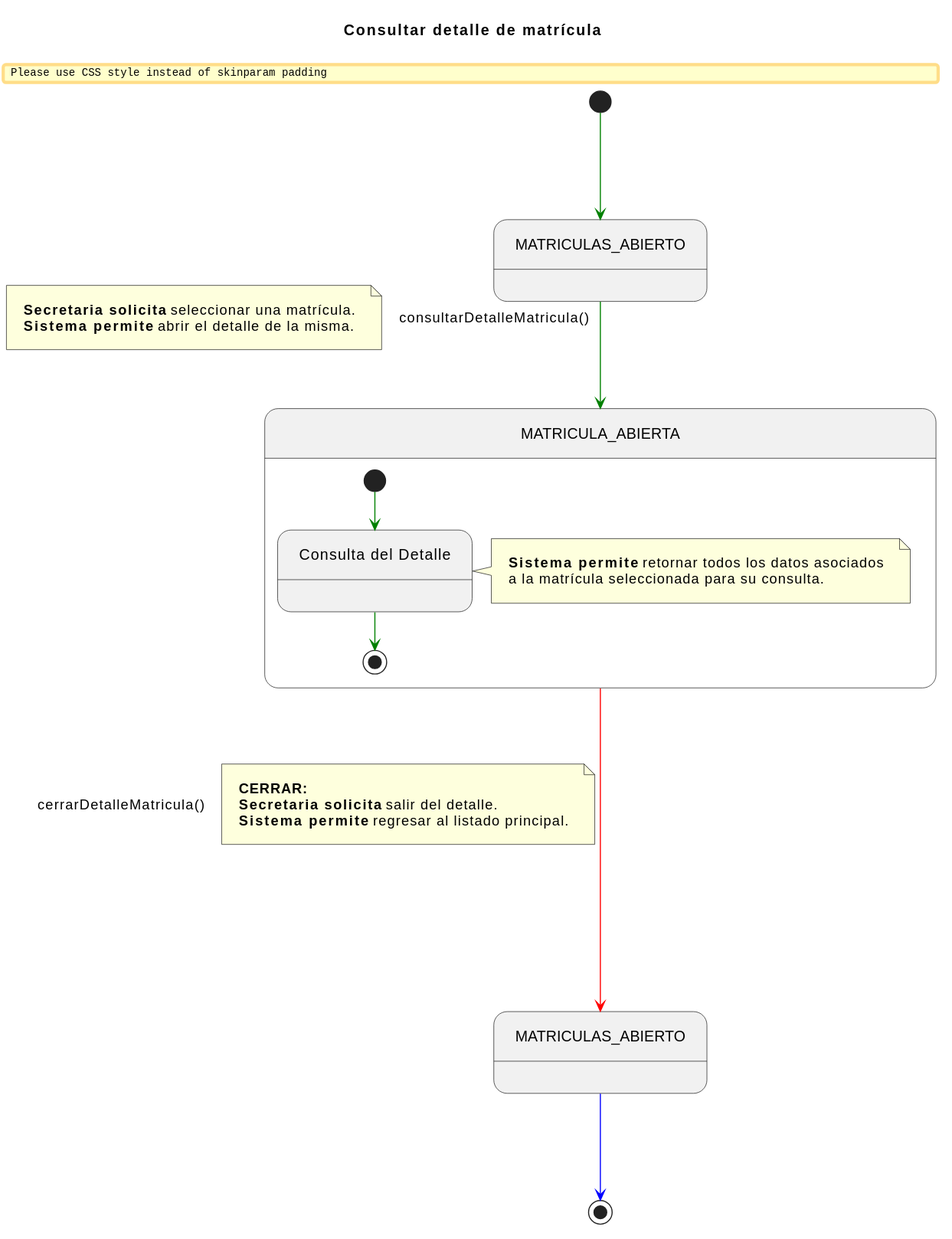
enmabry/25-26-IdSw1-SdR keeps this PlantUML diagram as documents/CasosDeUso/DetalladoCasosDeUso/Secretaria/consultarDetalleMatricula.svg. Above is the earlier version.
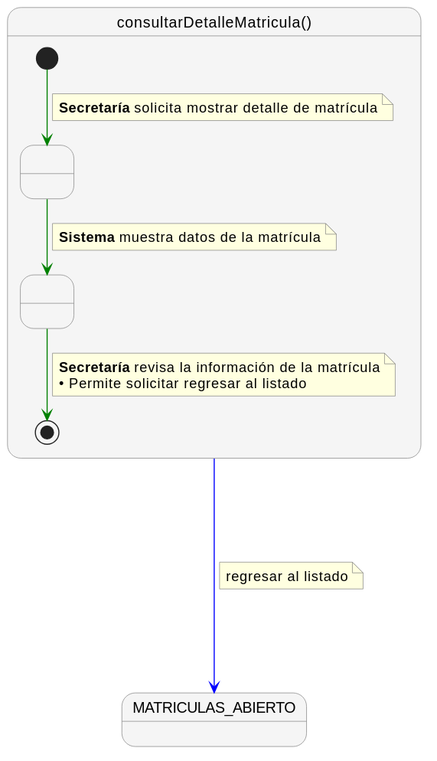
Above is the later version.

What changed in the source:
```diff
@@ -1,43 +1,38 @@
 @startuml
-title Consultar detalle de matrícula
+skinparam nodesep 60
+skinparam ranksep 60
+skinparam linetype polyline
+skinparam NoteBackgroundColor lightyellow
+skinparam NoteBorderColor gray
+skinparam StateBackgroundColor #F5F5F5
+skinparam StateBorderColor gray
 
-skinparam nodesep 100
-skinparam ranksep 100
-skinparam linetype ortho
-skinparam Padding 10
+state "consultarDetalleMatricula()" as consultarDetalleMatricula {
 
-state MATRICULAS_ABIERTO_INICIAL   as "MATRICULAS_ABIERTO"
-state MATRICULA_ABIERTA_COMP       as "MATRICULA_ABIERTA"
-state MATRICULAS_ABIERTO_FINAL     as "MATRICULAS_ABIERTO"
+    state " " as Paso1
+    state " " as Paso2
 
-[*] -[#green]-> MATRICULAS_ABIERTO_INICIAL
-
-MATRICULAS_ABIERTO_INICIAL -[#green]-> MATRICULA_ABIERTA_COMP : consultarDetalleMatricula()
-note left on link
-    <b>Secretaria solicita</b> seleccionar una matrícula.
-    <b>Sistema permite</b> abrir el detalle de la misma.
-end note
-
-state MATRICULA_ABIERTA_COMP {
-    state ConsultaDetalle as "Consulta del Detalle"
-
-    [*] -[#green]-> ConsultaDetalle
-
-    note right of ConsultaDetalle
-        <b>Sistema permite</b> retornar todos los datos asociados
-        a la matrícula seleccionada para su consulta.
+    [*] -[#green]-> Paso1
+    note on link
+      <b>Secretaría</b> solicita mostrar detalle de matrícula
     end note
 
-    ConsultaDetalle -[#green]-> [*]
+    Paso1 -[#green]-> Paso2
+    note on link
+      <b>Sistema</b> muestra datos de la matrícula
+    end note
+
+    Paso2 -[#green]-> [*]
+    note on link
+      <b>Secretaría</b> revisa la información de la matrícula
+      • Permite solicitar regresar al listado
+    end note
 }
 
+state "MATRICULAS_ABIERTO" as MATRICULAS_ABIERTO
 
-MATRICULA_ABIERTA_COMP -[#red]---> MATRICULAS_ABIERTO_FINAL : cerrarDetalleMatricula()
+consultarDetalleMatricula -[#blue]---> MATRICULAS_ABIERTO
 note right on link
-    <b>CERRAR:</b>
-    <b>Secretaria solicita</b> salir del detalle.
-    <b>Sistema permite</b> regresar al listado principal.
+  regresar al listado
 end note
-
-MATRICULAS_ABIERTO_FINAL -[#blue]-> [*]
 @enduml
```
